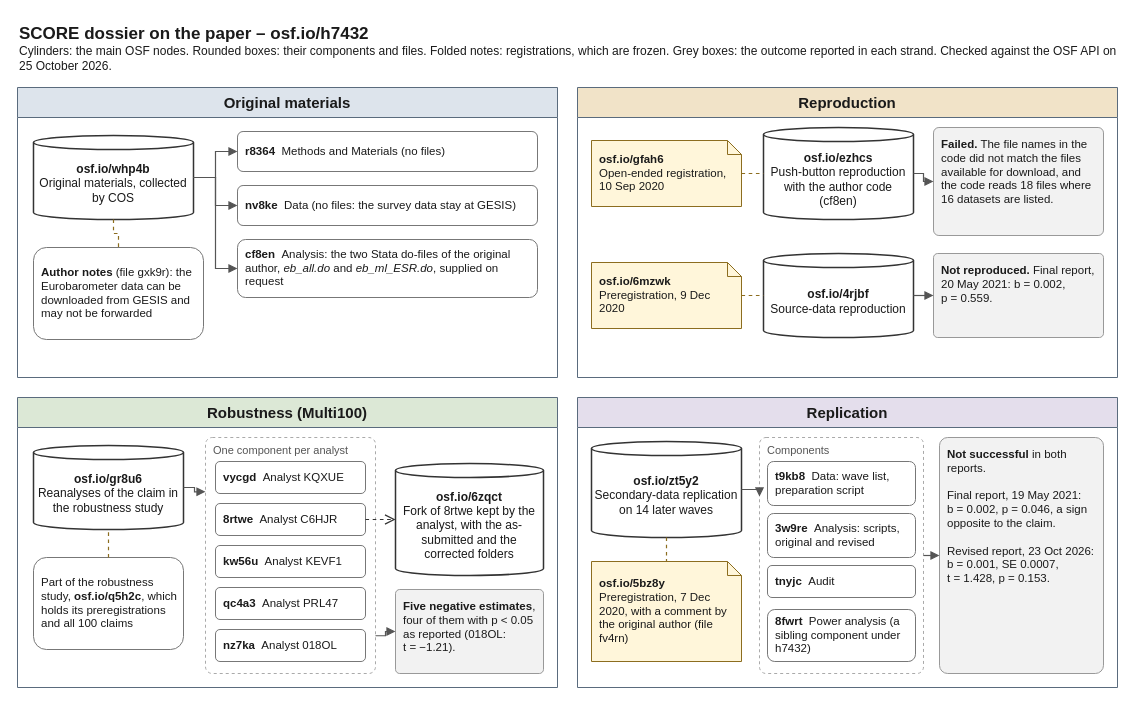
Before: assets/diagrams/score-teney-osf.drawio in CodeMoreh/ar4ds-housing, a draw.io diagram. Source tidied: cells renumbered, new cells numbered last; positions are measured from the earlier drawing's top-left corner, leaving out a move shared by most shapes. Both pictures are drawn from the tidied source at 100%, with x=0, y=0 at pixel (17, 17).
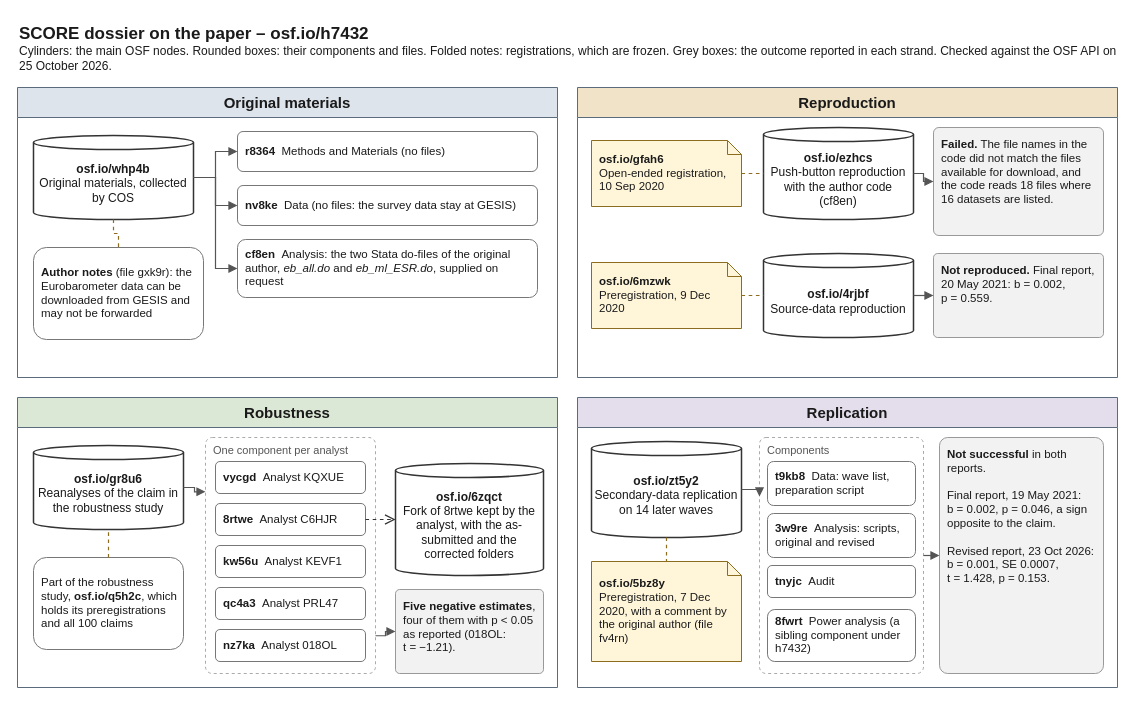
After the change.

Change to the diagram source:
```diff
@@
-    <mxCell id="24" value="Robustness (Multi100)" style="swimlane;startSize=30;html=1;whiteSpace=wrap;fontSize=15;fontStyle=1;fontColor=#1A1A1A;strokeColor=#5A6B7D;swimlaneFillColor=#FFFFFF;fillColor=#DCE8D6;rounded=0;" parent="1" vertex="1">
+    <mxCell id="24" value="Robustness" style="swimlane;startSize=30;html=1;whiteSpace=wrap;fontSize=15;fontStyle=1;fontColor=#1A1A1A;strokeColor=#5A6B7D;swimlaneFillColor=#FFFFFF;fillColor=#DCE8D6;rounded=0;" parent="1" vertex="1">
       <mxGeometry y="380" width="540" height="290" as="geometry" />
     </mxCell>
```
